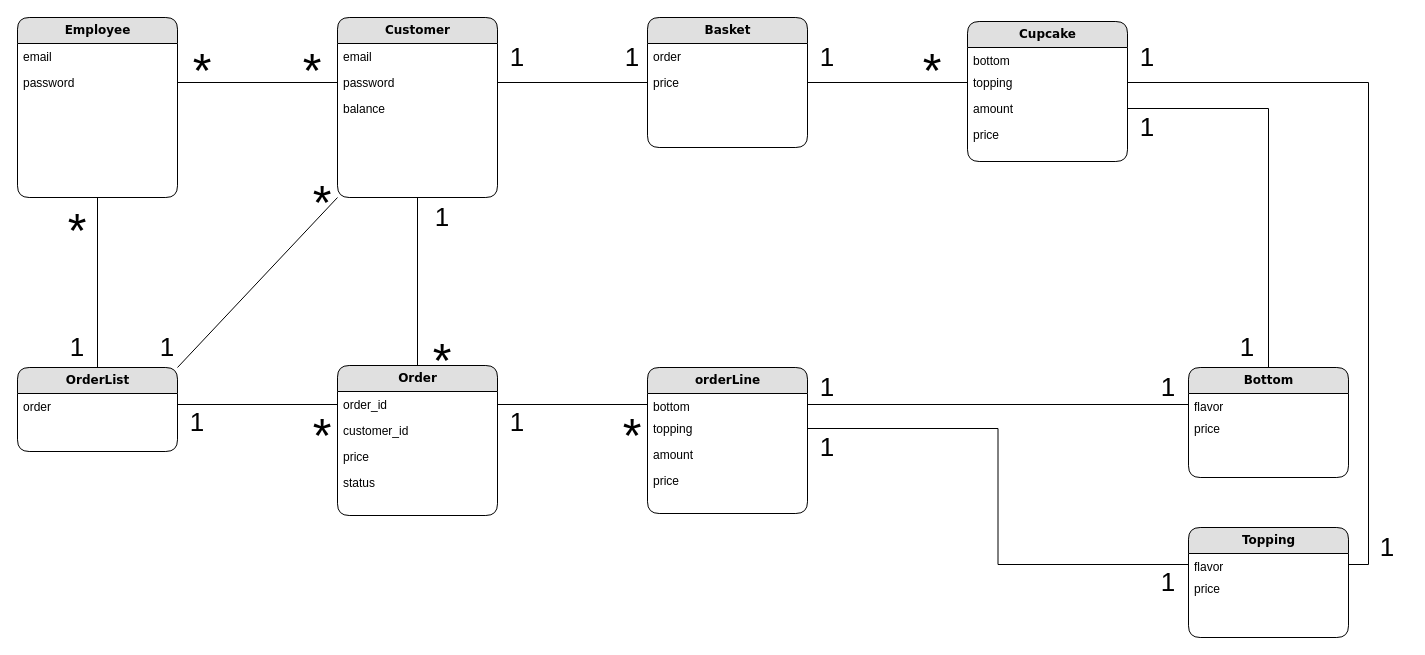
Earlier version of the draw.io diagram documentation/workfiles/domainModel.drawio (Schwencke/Cupcake). Source tidied: cells renumbered, new cells numbered last; positions are measured from the earlier drawing's top-left corner, leaving out a move shared by most shapes. Both pictures are drawn from the tidied source at 100%, with x=0, y=0 at pixel (17, 17).
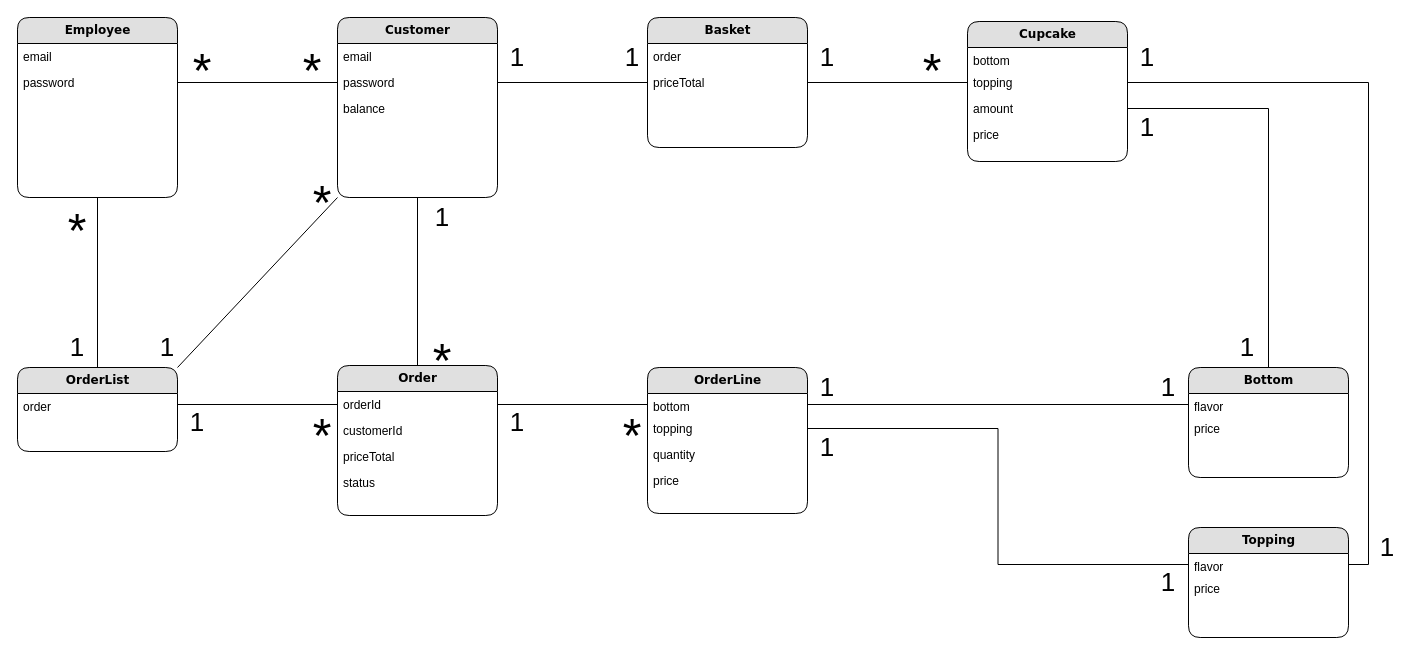
After the change.

Commit message (it also covers changes not shown here):
Updated domain model

The change refers to these unchanged cells:
```xml
<mxCell id="2" value="&lt;b&gt;Order&lt;/b&gt;" style="swimlane;html=1;fontStyle=0;horizontal=1;startSize=26;fillColor=#e0e0e0;swimlaneFillColor=#ffffff;align=center;rounded=1;shadow=0;comic=0;labelBackgroundColor=none;strokeWidth=1;fontFamily=Verdana;fontSize=12;" parent="1" vertex="1">
  <mxGeometry x="320" y="348" width="160" height="150" as="geometry" />
</mxCell>
<mxCell id="7" value="&lt;b&gt;Basket&lt;/b&gt;" style="swimlane;html=1;fontStyle=0;horizontal=1;startSize=26;fillColor=#e0e0e0;swimlaneFillColor=#ffffff;align=center;rounded=1;shadow=0;comic=0;labelBackgroundColor=none;strokeWidth=1;fontFamily=Verdana;fontSize=12;" parent="1" vertex="1">
  <mxGeometry x="630" width="160" height="130" as="geometry" />
</mxCell>
```

What changed in the source:
```diff
@@
-    <mxCell id="3" value="order_id" style="text;html=1;strokeColor=none;fillColor=none;spacingLeft=4;spacingRight=4;whiteSpace=wrap;overflow=hidden;points=[[0,0.5],[1,0.5]];portConstraint=eastwest;" parent="2" vertex="1">
+    <mxCell id="3" value="orderId" style="text;html=1;strokeColor=none;fillColor=none;spacingLeft=4;spacingRight=4;whiteSpace=wrap;overflow=hidden;points=[[0,0.5],[1,0.5]];portConstraint=eastwest;" parent="2" vertex="1">
       <mxGeometry y="26" width="160" height="26" as="geometry" />
     </mxCell>
-    <mxCell id="4" value="customer_id" style="text;html=1;strokeColor=none;fillColor=none;spacingLeft=4;spacingRight=4;whiteSpace=wrap;overflow=hidden;" parent="2" vertex="1">
+    <mxCell id="4" value="customerId" style="text;html=1;strokeColor=none;fillColor=none;spacingLeft=4;spacingRight=4;whiteSpace=wrap;overflow=hidden;" parent="2" vertex="1">
       <mxGeometry y="52" width="160" height="26" as="geometry" />
     </mxCell>
-    <mxCell id="5" value="price&lt;br&gt;" style="text;html=1;strokeColor=none;fillColor=none;spacingLeft=4;spacingRight=4;whiteSpace=wrap;overflow=hidden;" parent="2" vertex="1">
+    <mxCell id="5" value="priceTotal" style="text;html=1;strokeColor=none;fillColor=none;spacingLeft=4;spacingRight=4;whiteSpace=wrap;overflow=hidden;" parent="2" vertex="1">
       <mxGeometry y="78" width="160" height="26" as="geometry" />
     </mxCell>
@@
-    <mxCell id="9" value="price" style="text;html=1;strokeColor=none;fillColor=none;spacingLeft=4;spacingRight=4;whiteSpace=wrap;overflow=hidden;points=[[0,0.5],[1,0.5]];portConstraint=eastwest;" parent="7" vertex="1">
+    <mxCell id="9" value="priceTotal" style="text;html=1;strokeColor=none;fillColor=none;spacingLeft=4;spacingRight=4;whiteSpace=wrap;overflow=hidden;points=[[0,0.5],[1,0.5]];portConstraint=eastwest;" parent="7" vertex="1">
       <mxGeometry y="52" width="160" height="26" as="geometry" />
     </mxCell>
@@
-    <mxCell id="35" value="&lt;b&gt;orderLine&lt;/b&gt;" style="swimlane;html=1;fontStyle=0;horizontal=1;startSize=26;fillColor=#e0e0e0;swimlaneFillColor=#ffffff;align=center;rounded=1;shadow=0;comic=0;labelBackgroundColor=none;strokeWidth=1;fontFamily=Verdana;fontSize=12;" parent="1" vertex="1">
+    <mxCell id="35" value="&lt;b&gt;OrderLine&lt;/b&gt;" style="swimlane;html=1;fontStyle=0;horizontal=1;startSize=26;fillColor=#e0e0e0;swimlaneFillColor=#ffffff;align=center;rounded=1;shadow=0;comic=0;labelBackgroundColor=none;strokeWidth=1;fontFamily=Verdana;fontSize=12;" parent="1" vertex="1">
       <mxGeometry x="630" y="350" width="160" height="146" as="geometry" />
     </mxCell>
@@
-    <mxCell id="38" value="amount" style="text;html=1;strokeColor=none;fillColor=none;spacingLeft=4;spacingRight=4;whiteSpace=wrap;overflow=hidden;" parent="35" vertex="1">
+    <mxCell id="38" value="quantity" style="text;html=1;strokeColor=none;fillColor=none;spacingLeft=4;spacingRight=4;whiteSpace=wrap;overflow=hidden;" parent="35" vertex="1">
       <mxGeometry y="74" width="160" height="26" as="geometry" />
     </mxCell>
```
